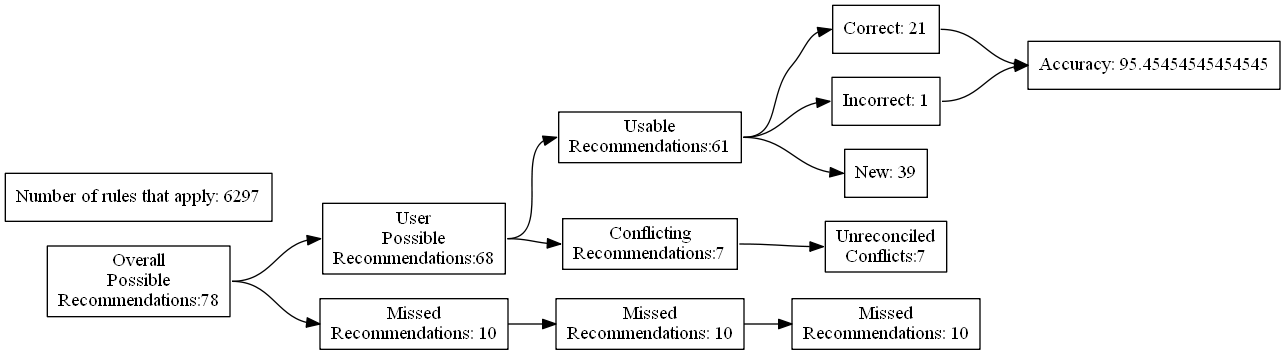
Before: test_renders/6.gv.png, a diagram exported from Graphviz (ZaxR/ibd_diet_analysis). Its source is kept beside it as test_renders/6.gv.
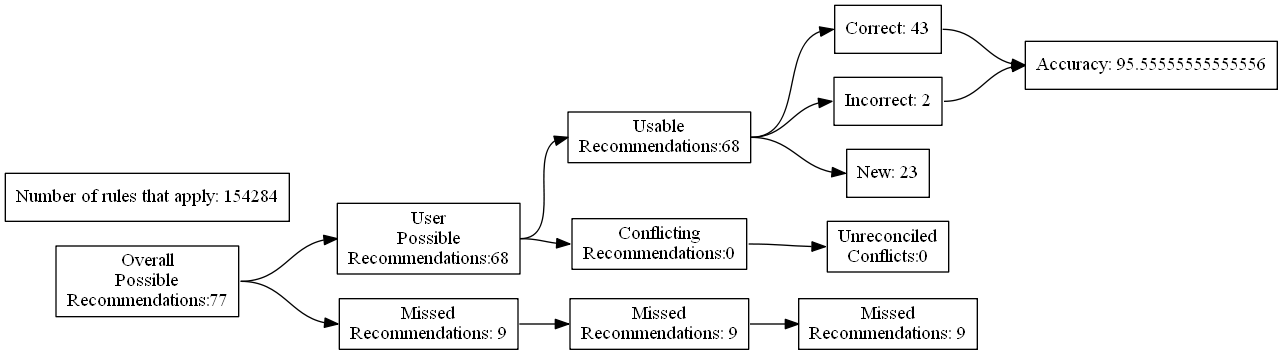
The same file after the commit.

Diff of the diagram source:
```diff
@@ -4,27 +4,27 @@
 	edge [headport=w tailport=e]
 		A [label="Overall
 Possible
-Recommendations:78"]
+Recommendations:77"]
 		B [label="User
 Possible
 Recommendations:68"]
 		C [label="Missed
-Recommendations: 10"]
+Recommendations: 9"]
 		D [label="Usable
-Recommendations:61"]
+Recommendations:68"]
 		E [label="Conflicting
-Recommendations:7"]
+Recommendations:0"]
 		J [label="Missed
-Recommendations: 10"]
+Recommendations: 9"]
 		M [label="Unreconciled
-Conflicts:7"]
-		F [label="Correct: 21"]
-		G [label="Incorrect: 1"]
-		H [label="New: 39"]
+Conflicts:0"]
+		F [label="Correct: 43"]
+		G [label="Incorrect: 2"]
+		H [label="New: 23"]
 		K [label="Missed
-Recommendations: 10"]
-		I [label="Accuracy: 95.45454545454545"]
-		l [label="Number of rules that apply: 6297"]
+Recommendations: 9"]
+		I [label="Accuracy: 95.55555555555556"]
+		l [label="Number of rules that apply: 154284"]
 			A -> B
 			A -> C
 			B -> D
```
